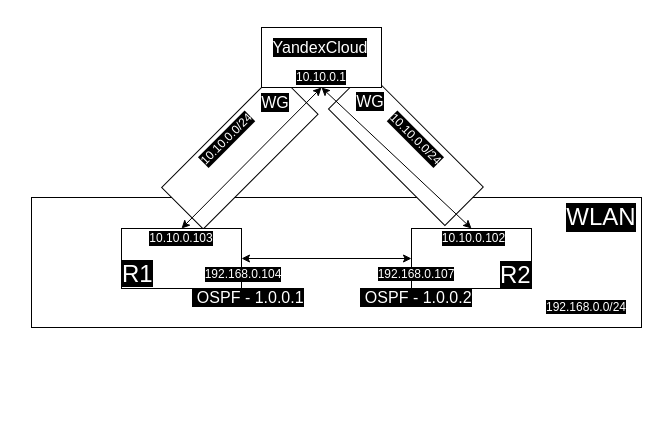
Earlier version of the draw.io diagram lab2/diagram.drawio (Artemchikus/2022_2023-network_programming-k34202-filippov_a_a). Source tidied: cells renumbered, new cells numbered last; positions are measured from the earlier drawing's top-left corner, leaving out a move shared by most shapes. Both pictures are drawn from the tidied source at 100%, with x=0, y=0 at pixel (31, 17).
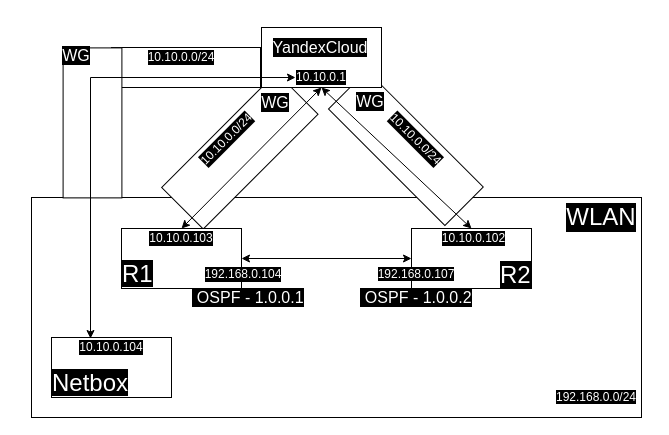
Above is the later version.

Change to the diagram source:
```diff
@@
     <mxCell id="2" style="rounded=0;whiteSpace=wrap;html=1;" parent="1" vertex="1">
-      <mxGeometry y="180" width="610" height="130" as="geometry" />
+      <mxGeometry y="180" width="610" height="220" as="geometry" />
     </mxCell>
@@
     <mxCell id="11" value="&lt;font style=&quot;background-color: rgb(0, 0, 0);&quot; color=&quot;#ffffff&quot;&gt;192.168.0.0/24&lt;/font&gt;" style="text;html=1;strokeColor=none;fillColor=none;align=center;verticalAlign=middle;whiteSpace=wrap;rounded=0;" parent="1" vertex="1">
-      <mxGeometry x="520" y="270" width="70" height="40" as="geometry" />
+      <mxGeometry x="530" y="360" width="70" height="40" as="geometry" />
     </mxCell>
@@
+    <mxCell id="27" style="rounded=0;whiteSpace=wrap;html=1;" parent="1" vertex="1">
+      <mxGeometry x="20" y="320" width="120" height="60" as="geometry" />
+    </mxCell>
+    <mxCell id="28" value="10.10.0.104" style="text;html=1;strokeColor=none;fillColor=none;align=center;verticalAlign=middle;whiteSpace=wrap;rounded=0;fontColor=#FFFFFF;labelBackgroundColor=#000000;" parent="1" vertex="1">
+      <mxGeometry x="45" y="310" width="70" height="40" as="geometry" />
+    </mxCell>
+    <mxCell id="29" style="rounded=0;whiteSpace=wrap;html=1;" parent="1" vertex="1">
+      <mxGeometry x="80" y="30" width="149" height="40" as="geometry" />
+    </mxCell>
+    <mxCell id="30" value="10.10.0.0/24" style="text;html=1;strokeColor=none;fillColor=none;align=center;verticalAlign=middle;whiteSpace=wrap;rounded=0;rotation=0;fontColor=#FFFFFF;labelBackgroundColor=#000000;" parent="1" vertex="1">
+      <mxGeometry x="115" y="18.4" width="70" height="43.3" as="geometry" />
+    </mxCell>
+    <mxCell id="31" style="rounded=0;whiteSpace=wrap;html=1;rotation=-90;" parent="1" vertex="1">
+      <mxGeometry x="-14" y="76" width="150" height="58.8" as="geometry" />
+    </mxCell>
+    <mxCell id="32" style="endArrow=classic;startArrow=classic;html=1;rounded=0;" parent="1" edge="1">
+      <mxGeometry relative="1" as="geometry">
+        <mxPoint x="59" y="321" as="sourcePoint" />
+        <mxPoint x="264" y="60" as="targetPoint" />
+        <Array as="points">
+          <mxPoint x="59" y="60" />
+        </Array>
+      </mxGeometry>
+    </mxCell>
+    <mxCell id="33" value="&lt;span style=&quot;font-size: 16px;&quot;&gt;WG&lt;/span&gt;" style="text;html=1;strokeColor=none;fillColor=none;align=center;verticalAlign=middle;whiteSpace=wrap;rounded=0;labelBackgroundColor=#000000;fontColor=#FFFFFF;fontSize=16;" parent="1" vertex="1">
+      <mxGeometry x="-14" y="8" width="117.6" height="60" as="geometry" />
+    </mxCell>
+    <mxCell id="34" value="&lt;span style=&quot;color: rgb(255, 255, 255); font-family: Helvetica; font-size: 24px; font-style: normal; font-variant-ligatures: normal; font-variant-caps: normal; font-weight: 400; letter-spacing: normal; orphans: 2; text-align: center; text-indent: 0px; text-transform: none; widows: 2; word-spacing: 0px; -webkit-text-stroke-width: 0px; background-color: rgb(0, 0, 0); text-decoration-thickness: initial; text-decoration-style: initial; text-decoration-color: initial; float: none; display: inline !important;&quot;&gt;Netbox&lt;/span&gt;" style="text;whiteSpace=wrap;html=1;fontSize=16;fontColor=#FFFFFF;" parent="1" vertex="1">
+      <mxGeometry x="19" y="345" width="100" height="50" as="geometry" />
+    </mxCell>
```
